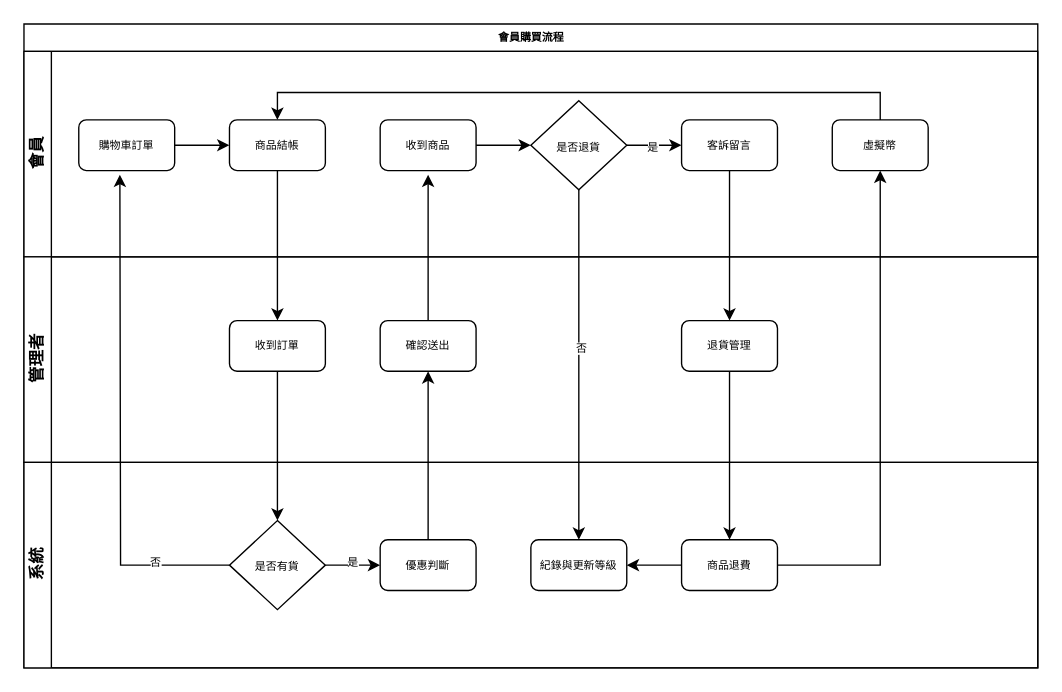
Before: page "會員結帳流程" (1 of 4) of 系統規劃/購物網系統流程.drawio in Shenyoyo/ShoppingWeb, a draw.io diagram. Source tidied: cells renumbered, new cells numbered last; positions are measured from the earlier drawing's top-left corner, leaving out a move shared by most shapes. Both pictures are drawn from the tidied source at 137%, with x=0, y=0 at pixel (23, 23).
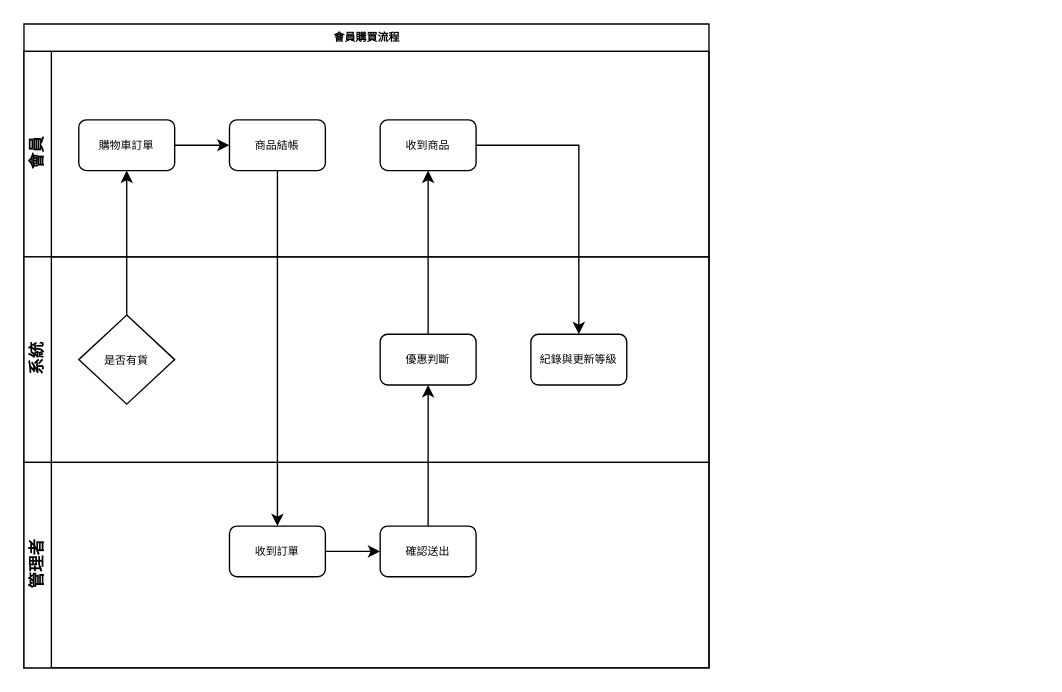
The same diagram, later.

Unchanged cells that the change refers to:
```xml
<mxCell id="9" value="購物車訂單" style="rounded=1;whiteSpace=wrap;html=1;shadow=0;labelBackgroundColor=none;strokeWidth=1;fontFamily=Verdana;fontSize=8;align=center;" parent="3" vertex="1">
  <mxGeometry x="40" y="50" width="70" height="37" as="geometry" />
</mxCell>
<mxCell id="10" value="商品結帳" style="rounded=1;whiteSpace=wrap;html=1;shadow=0;labelBackgroundColor=none;strokeWidth=1;fontFamily=Verdana;fontSize=8;align=center;" parent="3" vertex="1">
  <mxGeometry x="150" y="50" width="70" height="37" as="geometry" />
</mxCell>
<mxCell id="12" value="收到商品" style="rounded=1;whiteSpace=wrap;html=1;shadow=0;labelBackgroundColor=none;strokeWidth=1;fontFamily=Verdana;fontSize=8;align=center;" parent="3" vertex="1">
  <mxGeometry x="260" y="50" width="70" height="37" as="geometry" />
</mxCell>
<mxCell id="16" value="確認送出" style="rounded=1;whiteSpace=wrap;html=1;shadow=0;labelBackgroundColor=none;strokeWidth=1;fontFamily=Verdana;fontSize=8;align=center;" parent="15" vertex="1">
  <mxGeometry x="260" y="46.5" width="70" height="37" as="geometry" />
</mxCell>
<mxCell id="17" value="收到訂單" style="rounded=1;whiteSpace=wrap;html=1;shadow=0;labelBackgroundColor=none;strokeWidth=1;fontFamily=Verdana;fontSize=8;align=center;" parent="15" vertex="1">
  <mxGeometry x="150" y="46.5" width="70" height="37" as="geometry" />
</mxCell>
```

What changed in the source:
```diff
@@
     <mxCell id="2" value="會員購買流程" style="swimlane;html=1;horizontal=1;startSize=20;rounded=0;shadow=0;labelBackgroundColor=none;strokeWidth=1;fontFamily=Verdana;fontSize=8;align=center;" parent="1" vertex="1">
-      <mxGeometry width="740" height="470" as="geometry" />
+      <mxGeometry width="500" height="470" as="geometry" />
     </mxCell>
     <mxCell id="3" value="會員" style="swimlane;html=1;startSize=20;horizontal=0;flipV=0;" parent="2" vertex="1">
-      <mxGeometry y="20" width="740" height="150" as="geometry" />
+      <mxGeometry y="20" width="500" height="150" as="geometry" />
     </mxCell>
@@
-    <mxCell id="5" value="客訴留言" style="rounded=1;whiteSpace=wrap;html=1;shadow=0;labelBackgroundColor=none;strokeWidth=1;fontFamily=Verdana;fontSize=8;align=center;" parent="3" vertex="1">
-      <mxGeometry x="480" y="50" width="70" height="37" as="geometry" />
-    </mxCell>
-    <mxCell id="6" style="edgeStyle=orthogonalEdgeStyle;rounded=0;jettySize=auto;html=1;exitX=1;exitY=0.5;exitDx=0;exitDy=0;entryX=0;entryY=0.5;entryDx=0;entryDy=0;fontFamily=Verdana;fontSize=11;" parent="3" edge="1" source="8" target="5">
-      <mxGeometry relative="1" as="geometry" />
-    </mxCell>
-    <mxCell id="7" value="是" style="edgeLabel;html=1;align=center;verticalAlign=middle;fontSize=8;fontFamily=Verdana;" parent="6" vertex="1">
-      <mxGeometry x="-0.11" y="-1" relative="1" as="geometry" />
-    </mxCell>
-    <mxCell id="8" value="&lt;font style=&quot;font-size: 8px&quot;&gt;是否退貨&lt;/font&gt;" style="rhombus;whiteSpace=wrap;html=1;" parent="3" vertex="1">
-      <mxGeometry x="370" y="36" width="70" height="65" as="geometry" />
-    </mxCell>
@@
-    <mxCell id="11" style="edgeStyle=orthogonalEdgeStyle;rounded=0;jettySize=auto;html=1;entryX=0;entryY=0.5;entryDx=0;entryDy=0;fontFamily=Verdana;fontSize=8;" parent="3" edge="1" source="12" target="8">
-      <mxGeometry relative="1" as="geometry" />
-    </mxCell>
@@
-    <mxCell id="13" style="edgeStyle=orthogonalEdgeStyle;rounded=0;jettySize=auto;html=1;entryX=0.5;entryY=0;entryDx=0;entryDy=0;" parent="3" edge="1" source="14" target="10">
-      <mxGeometry relative="1" as="geometry">
-        <Array as="points">
-          <mxPoint x="625" y="30" />
-          <mxPoint x="185" y="30" />
-        </Array>
-      </mxGeometry>
-    </mxCell>
-    <mxCell id="14" value="虛擬幣" style="rounded=1;whiteSpace=wrap;html=1;shadow=0;labelBackgroundColor=none;strokeWidth=1;fontFamily=Verdana;fontSize=8;align=center;" parent="3" vertex="1">
-      <mxGeometry x="590" y="50" width="70" height="37" as="geometry" />
-    </mxCell>
+    <mxCell id="19" value="系統" style="swimlane;html=1;startSize=20;horizontal=0;" parent="2" vertex="1">
+      <mxGeometry y="170" width="500" height="150" as="geometry" />
+    </mxCell>
+    <mxCell id="22" value="優惠判斷" style="rounded=1;whiteSpace=wrap;html=1;shadow=0;labelBackgroundColor=none;strokeWidth=1;fontFamily=Verdana;fontSize=8;align=center;" parent="19" vertex="1">
+      <mxGeometry x="260" y="56.5" width="70" height="37" as="geometry" />
+    </mxCell>
+    <mxCell id="24" value="紀錄與更新等級" style="rounded=1;whiteSpace=wrap;html=1;shadow=0;labelBackgroundColor=none;strokeWidth=1;fontFamily=Verdana;fontSize=8;align=center;" parent="19" vertex="1">
+      <mxGeometry x="370" y="56.5" width="70" height="37" as="geometry" />
+    </mxCell>
+    <mxCell id="23" value="&lt;font style=&quot;font-size: 8px&quot;&gt;是否有貨&lt;/font&gt;" style="rhombus;whiteSpace=wrap;html=1;" parent="19" vertex="1">
+      <mxGeometry x="40" y="42.5" width="70" height="65" as="geometry" />
+    </mxCell>
     <mxCell id="15" value="管理者" style="swimlane;html=1;startSize=20;horizontal=0;" parent="2" vertex="1">
-      <mxGeometry y="170" width="740" height="150" as="geometry" />
+      <mxGeometry y="320" width="500" height="150" as="geometry" />
     </mxCell>
@@
+    <mxCell id="38" style="edgeStyle=orthogonalEdgeStyle;rounded=0;jettySize=auto;html=1;entryX=0;entryY=0.5;entryDx=0;entryDy=0;" parent="15" edge="1" source="17" target="16">
+      <mxGeometry relative="1" as="geometry" />
+    </mxCell>
@@
-    <mxCell id="18" value="退貨管理" style="rounded=1;whiteSpace=wrap;html=1;shadow=0;labelBackgroundColor=none;strokeWidth=1;fontFamily=Verdana;fontSize=8;align=center;" parent="15" vertex="1">
-      <mxGeometry x="480" y="46.5" width="70" height="37" as="geometry" />
-    </mxCell>
-    <mxCell id="19" value="系統" style="swimlane;html=1;startSize=20;horizontal=0;" parent="2" vertex="1">
-      <mxGeometry y="320" width="740" height="150" as="geometry" />
-    </mxCell>
-    <mxCell id="20" style="edgeStyle=orthogonalEdgeStyle;rounded=0;jettySize=auto;html=1;fontFamily=Verdana;fontSize=8;" parent="19" edge="1" source="23" target="22">
-      <mxGeometry relative="1" as="geometry" />
-    </mxCell>
-    <mxCell id="21" value="是" style="edgeLabel;html=1;align=center;verticalAlign=middle;fontSize=8;fontFamily=Verdana;" parent="20" vertex="1">
-      <mxGeometry x="-0.07" y="-1" relative="1" as="geometry">
-        <mxPoint y="-4" as="offset" />
-      </mxGeometry>
-    </mxCell>
-    <mxCell id="22" value="優惠判斷" style="rounded=1;whiteSpace=wrap;html=1;shadow=0;labelBackgroundColor=none;strokeWidth=1;fontFamily=Verdana;fontSize=8;align=center;" parent="19" vertex="1">
-      <mxGeometry x="260" y="56.5" width="70" height="37" as="geometry" />
-    </mxCell>
-    <mxCell id="23" value="&lt;font style=&quot;font-size: 8px&quot;&gt;是否有貨&lt;/font&gt;" style="rhombus;whiteSpace=wrap;html=1;" parent="19" vertex="1">
-      <mxGeometry x="150" y="42.5" width="70" height="65" as="geometry" />
-    </mxCell>
-    <mxCell id="24" value="紀錄與更新等級" style="rounded=1;whiteSpace=wrap;html=1;shadow=0;labelBackgroundColor=none;strokeWidth=1;fontFamily=Verdana;fontSize=8;align=center;" parent="19" vertex="1">
-      <mxGeometry x="370" y="56.5" width="70" height="37" as="geometry" />
-    </mxCell>
-    <mxCell id="25" style="edgeStyle=orthogonalEdgeStyle;rounded=0;jettySize=auto;html=1;entryX=1;entryY=0.5;entryDx=0;entryDy=0;" parent="19" edge="1" source="26" target="24">
-      <mxGeometry relative="1" as="geometry" />
-    </mxCell>
-    <mxCell id="26" value="商品退費" style="rounded=1;whiteSpace=wrap;html=1;shadow=0;labelBackgroundColor=none;strokeWidth=1;fontFamily=Verdana;fontSize=8;align=center;" parent="19" vertex="1">
-      <mxGeometry x="480" y="56.5" width="70" height="37" as="geometry" />
-    </mxCell>
+    <mxCell id="39" style="edgeStyle=orthogonalEdgeStyle;rounded=0;jettySize=auto;html=1;entryX=0.5;entryY=1;entryDx=0;entryDy=0;" parent="2" edge="1" source="23" target="9">
+      <mxGeometry relative="1" as="geometry" />
+    </mxCell>
@@
-    <mxCell id="28" style="edgeStyle=orthogonalEdgeStyle;rounded=0;jettySize=auto;html=1;entryX=0.5;entryY=0;entryDx=0;entryDy=0;" parent="2" edge="1" source="17" target="23">
-      <mxGeometry relative="1" as="geometry" />
-    </mxCell>
-    <mxCell id="29" style="edgeStyle=orthogonalEdgeStyle;rounded=0;jettySize=auto;html=1;entryX=0.5;entryY=1;entryDx=0;entryDy=0;fontFamily=Verdana;fontSize=8;" parent="2" edge="1" source="22" target="16">
-      <mxGeometry relative="1" as="geometry" />
-    </mxCell>
-    <mxCell id="30" style="edgeStyle=orthogonalEdgeStyle;rounded=0;jettySize=auto;html=1;exitX=0.5;exitY=1;exitDx=0;exitDy=0;entryX=0.5;entryY=0;entryDx=0;entryDy=0;fontFamily=Verdana;fontSize=11;" parent="2" edge="1" source="8" target="24">
-      <mxGeometry relative="1" as="geometry" />
-    </mxCell>
-    <mxCell id="31" value="否" style="edgeLabel;html=1;align=center;verticalAlign=middle;fontSize=8;fontFamily=Verdana;" parent="30" vertex="1">
-      <mxGeometry x="-0.1" y="1" relative="1" as="geometry" />
-    </mxCell>
-    <mxCell id="32" style="edgeStyle=orthogonalEdgeStyle;rounded=0;jettySize=auto;html=1;entryX=0.5;entryY=0;entryDx=0;entryDy=0;fontFamily=Verdana;fontSize=11;" parent="2" edge="1" source="5" target="18">
-      <mxGeometry relative="1" as="geometry" />
-    </mxCell>
-    <mxCell id="33" style="edgeStyle=orthogonalEdgeStyle;rounded=0;jettySize=auto;html=1;exitX=0.5;exitY=1;exitDx=0;exitDy=0;entryX=0.5;entryY=0;entryDx=0;entryDy=0;fontFamily=Verdana;fontSize=11;" parent="2" edge="1" source="18" target="26">
-      <mxGeometry relative="1" as="geometry" />
-    </mxCell>
-    <mxCell id="34" style="edgeStyle=orthogonalEdgeStyle;rounded=0;jettySize=auto;html=1;entryX=0.5;entryY=1;entryDx=0;entryDy=0;fontFamily=Verdana;fontSize=8;" parent="2" edge="1" source="26" target="14">
-      <mxGeometry relative="1" as="geometry" />
-    </mxCell>
-    <mxCell id="35" style="edgeStyle=orthogonalEdgeStyle;rounded=0;jettySize=auto;html=1;" parent="1" edge="1" source="23">
-      <mxGeometry relative="1" as="geometry">
-        <mxPoint x="70" y="110" as="targetPoint" />
-      </mxGeometry>
-    </mxCell>
-    <mxCell id="36" value="否" style="edgeLabel;html=1;align=center;verticalAlign=middle;fontSize=8;" parent="35" vertex="1">
-      <mxGeometry x="-0.7" y="-3" relative="1" as="geometry" />
-    </mxCell>
-    <mxCell id="37" style="edgeStyle=orthogonalEdgeStyle;rounded=0;jettySize=auto;html=1;fontFamily=Verdana;fontSize=8;" parent="1" edge="1" source="16">
-      <mxGeometry relative="1" as="geometry">
-        <mxPoint x="295" y="110" as="targetPoint" />
-      </mxGeometry>
-    </mxCell>
+    <mxCell id="40" style="edgeStyle=orthogonalEdgeStyle;rounded=0;jettySize=auto;html=1;entryX=0.5;entryY=1;entryDx=0;entryDy=0;" parent="2" edge="1" source="16" target="22">
+      <mxGeometry relative="1" as="geometry" />
+    </mxCell>
+    <mxCell id="41" style="edgeStyle=orthogonalEdgeStyle;rounded=0;jettySize=auto;html=1;entryX=0.5;entryY=1;entryDx=0;entryDy=0;" parent="2" edge="1" source="22" target="12">
+      <mxGeometry relative="1" as="geometry" />
+    </mxCell>
+    <mxCell id="42" style="edgeStyle=orthogonalEdgeStyle;rounded=0;jettySize=auto;html=1;entryX=0.5;entryY=0;entryDx=0;entryDy=0;" parent="2" edge="1" source="12" target="24">
+      <mxGeometry relative="1" as="geometry" />
+    </mxCell>
```
